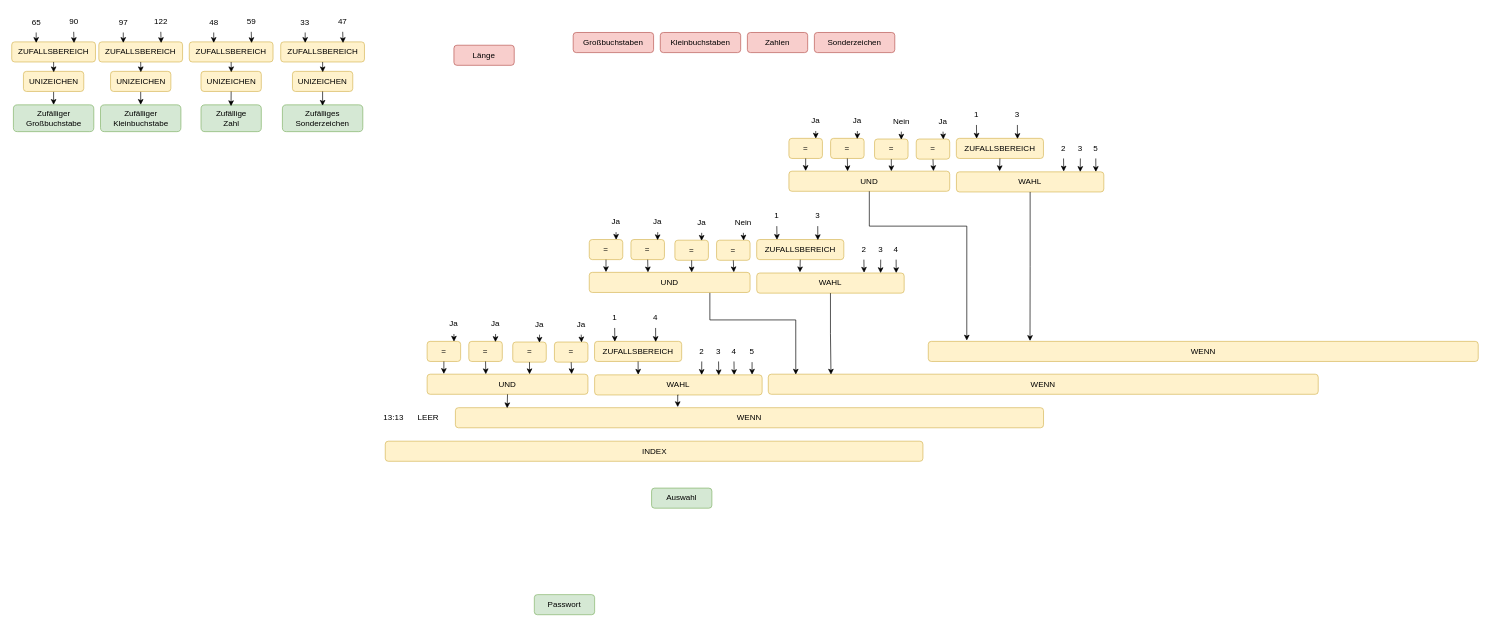
Earlier version of the draw.io diagram Passwort Generator.drawio (Nikogenia/Draw). Source tidied: cells renumbered, new cells numbered last; positions are measured from the earlier drawing's top-left corner, leaving out a move shared by most shapes. Both pictures are drawn from the tidied source at 67%, with x=0, y=0 at pixel (11, 11).
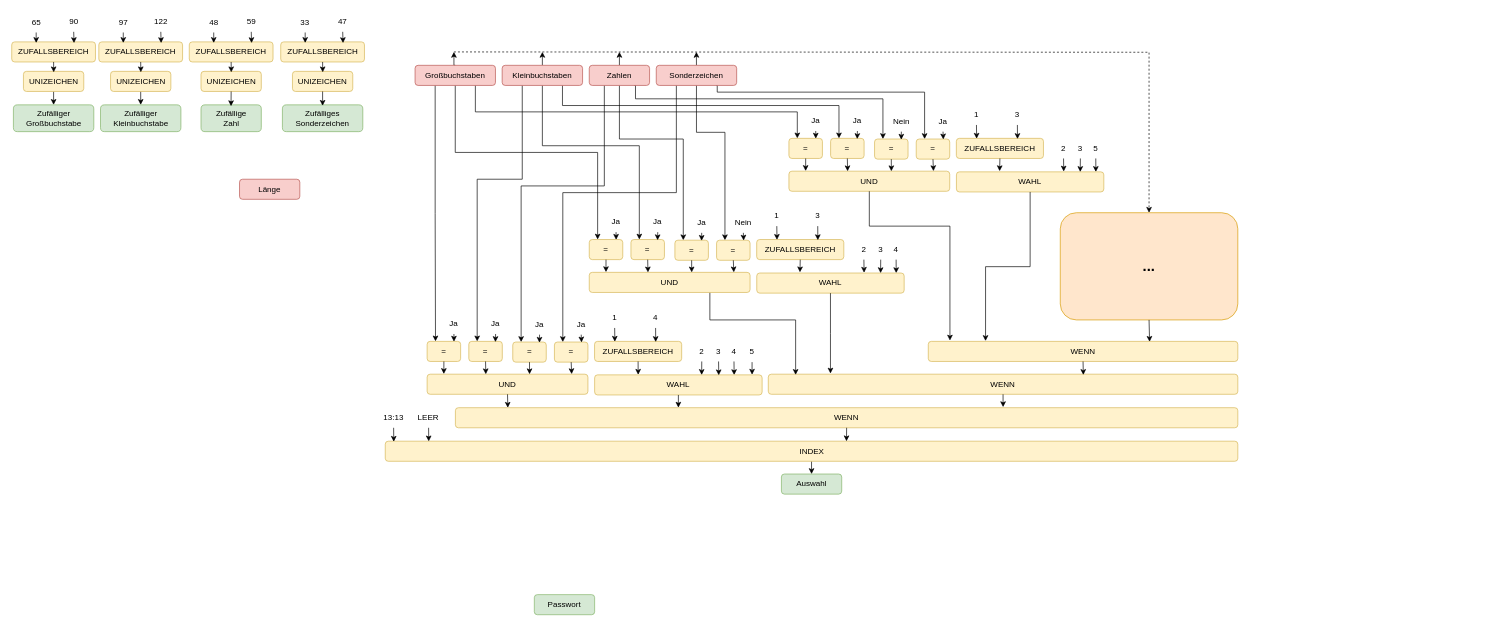
After the change.

The change refers to these unchanged cells:
```xml
<mxCell id="50" value="13:13" style="text;html=1;strokeColor=none;fillColor=none;align=center;verticalAlign=middle;whiteSpace=wrap;rounded=0;" parent="1" vertex="1">
  <mxGeometry x="540" y="591" width="60" height="30" as="geometry" />
</mxCell>
<mxCell id="51" value="LEER" style="text;html=1;strokeColor=none;fillColor=none;align=center;verticalAlign=middle;whiteSpace=wrap;rounded=0;" parent="1" vertex="1">
  <mxGeometry x="592.2" y="591" width="60" height="30" as="geometry" />
</mxCell>
<mxCell id="53" value="UND" style="rounded=1;whiteSpace=wrap;html=1;fillColor=#fff2cc;strokeColor=#d6b656;" parent="1" vertex="1">
  <mxGeometry x="620" y="541" width="240" height="30" as="geometry" />
</mxCell>
<mxCell id="54" value="WAHL" style="rounded=1;whiteSpace=wrap;html=1;fillColor=#fff2cc;strokeColor=#d6b656;" parent="1" vertex="1">
  <mxGeometry x="870" y="542" width="250" height="30" as="geometry" />
</mxCell>
<mxCell id="59" value="=" style="rounded=1;whiteSpace=wrap;html=1;fillColor=#fff2cc;strokeColor=#d6b656;" parent="1" vertex="1">
  <mxGeometry x="620" y="492" width="50" height="30" as="geometry" />
</mxCell>
<mxCell id="61" value="=" style="rounded=1;whiteSpace=wrap;html=1;fillColor=#fff2cc;strokeColor=#d6b656;" parent="1" vertex="1">
  <mxGeometry x="682.2" y="492" width="50" height="30" as="geometry" />
</mxCell>
<mxCell id="63" value="=" style="rounded=1;whiteSpace=wrap;html=1;fillColor=#fff2cc;strokeColor=#d6b656;" parent="1" vertex="1">
  <mxGeometry x="747.8" y="493" width="50" height="30" as="geometry" />
</mxCell>
<mxCell id="65" value="=" style="rounded=1;whiteSpace=wrap;html=1;fillColor=#fff2cc;strokeColor=#d6b656;" parent="1" vertex="1">
  <mxGeometry x="810" y="493" width="50" height="30" as="geometry" />
</mxCell>
<mxCell id="88" value="UND" style="rounded=1;whiteSpace=wrap;html=1;fillColor=#fff2cc;strokeColor=#d6b656;" parent="1" vertex="1">
  <mxGeometry x="862" y="389" width="240" height="30" as="geometry" />
</mxCell>
<mxCell id="89" value="WAHL" style="rounded=1;whiteSpace=wrap;html=1;fillColor=#fff2cc;strokeColor=#d6b656;" parent="1" vertex="1">
  <mxGeometry x="1112" y="390" width="220" height="30" as="geometry" />
</mxCell>
<mxCell id="94" value="=" style="rounded=1;whiteSpace=wrap;html=1;fillColor=#fff2cc;strokeColor=#d6b656;" parent="1" vertex="1">
  <mxGeometry x="862" y="340" width="50" height="30" as="geometry" />
</mxCell>
<mxCell id="96" value="=" style="rounded=1;whiteSpace=wrap;html=1;fillColor=#fff2cc;strokeColor=#d6b656;" parent="1" vertex="1">
  <mxGeometry x="924.2" y="340" width="50" height="30" as="geometry" />
</mxCell>
<mxCell id="98" value="=" style="rounded=1;whiteSpace=wrap;html=1;fillColor=#fff2cc;strokeColor=#d6b656;" parent="1" vertex="1">
  <mxGeometry x="989.8" y="341" width="50" height="30" as="geometry" />
</mxCell>
<mxCell id="100" value="=" style="rounded=1;whiteSpace=wrap;html=1;fillColor=#fff2cc;strokeColor=#d6b656;" parent="1" vertex="1">
  <mxGeometry x="1052" y="341" width="50" height="30" as="geometry" />
</mxCell>
<mxCell id="119" value="UND" style="rounded=1;whiteSpace=wrap;html=1;fillColor=#fff2cc;strokeColor=#d6b656;" parent="1" vertex="1">
  <mxGeometry x="1160" y="238" width="240" height="30" as="geometry" />
</mxCell>
<mxCell id="125" value="=" style="rounded=1;whiteSpace=wrap;html=1;fillColor=#fff2cc;strokeColor=#d6b656;" parent="1" vertex="1">
  <mxGeometry x="1160" y="189" width="50" height="30" as="geometry" />
</mxCell>
<mxCell id="127" value="=" style="rounded=1;whiteSpace=wrap;html=1;fillColor=#fff2cc;strokeColor=#d6b656;" parent="1" vertex="1">
  <mxGeometry x="1222.2" y="189" width="50" height="30" as="geometry" />
</mxCell>
<mxCell id="129" value="=" style="rounded=1;whiteSpace=wrap;html=1;fillColor=#fff2cc;strokeColor=#d6b656;" parent="1" vertex="1">
  <mxGeometry x="1287.8" y="190" width="50" height="30" as="geometry" />
</mxCell>
<mxCell id="131" value="=" style="rounded=1;whiteSpace=wrap;html=1;fillColor=#fff2cc;strokeColor=#d6b656;" parent="1" vertex="1">
  <mxGeometry x="1350" y="190" width="50" height="30" as="geometry" />
</mxCell>
```

What changed in the source:
```diff
@@
     <mxCell id="6" value="Länge" style="rounded=1;whiteSpace=wrap;html=1;fillColor=#f8cecc;strokeColor=#b85450;" parent="1" vertex="1">
-      <mxGeometry x="660" y="50" width="90" height="30" as="geometry" />
+      <mxGeometry x="340" y="250" width="90" height="30" as="geometry" />
     </mxCell>
+    <mxCell id="149" style="edgeStyle=orthogonalEdgeStyle;rounded=0;jettySize=auto;html=1;exitX=0.75;exitY=1;exitDx=0;exitDy=0;entryX=0.25;entryY=0;entryDx=0;entryDy=0;" parent="1" edge="1" source="7" target="125">
+      <mxGeometry relative="1" as="geometry" />
+    </mxCell>
+    <mxCell id="150" style="edgeStyle=orthogonalEdgeStyle;rounded=0;jettySize=auto;html=1;exitX=0.5;exitY=1;exitDx=0;exitDy=0;entryX=0.25;entryY=0;entryDx=0;entryDy=0;" parent="1" edge="1" source="7" target="94">
+      <mxGeometry relative="1" as="geometry">
+        <Array as="points">
+          <mxPoint x="662" y="210" />
+          <mxPoint x="874" y="210" />
+        </Array>
+      </mxGeometry>
+    </mxCell>
+    <mxCell id="151" style="edgeStyle=orthogonalEdgeStyle;rounded=0;jettySize=auto;html=1;exitX=0.25;exitY=1;exitDx=0;exitDy=0;entryX=0.25;entryY=0;entryDx=0;entryDy=0;" parent="1" edge="1" source="7" target="59">
+      <mxGeometry relative="1" as="geometry" />
+    </mxCell>
+    <mxCell id="152" style="edgeStyle=orthogonalEdgeStyle;rounded=0;jettySize=auto;html=1;entryX=0.5;entryY=0;entryDx=0;entryDy=0;dashed=1;" parent="1" edge="1" target="167">
+      <mxGeometry relative="1" as="geometry">
+        <mxPoint x="660" y="60" as="sourcePoint" />
+      </mxGeometry>
+    </mxCell>
+    <mxCell id="153" style="edgeStyle=orthogonalEdgeStyle;rounded=0;jettySize=auto;html=1;exitX=0.5;exitY=0;exitDx=0;exitDy=0;" parent="1" edge="1" source="7">
+      <mxGeometry relative="1" as="geometry">
+        <mxPoint x="660" y="60" as="targetPoint" />
+      </mxGeometry>
+    </mxCell>
     <mxCell id="7" value="Großbuchstaben" style="rounded=1;whiteSpace=wrap;html=1;fillColor=#f8cecc;strokeColor=#b85450;" parent="1" vertex="1">
-      <mxGeometry x="838" y="31" width="120" height="30" as="geometry" />
+      <mxGeometry x="602" y="80" width="120" height="30" as="geometry" />
     </mxCell>
+    <mxCell id="154" style="edgeStyle=orthogonalEdgeStyle;rounded=0;jettySize=auto;html=1;exitX=0.75;exitY=1;exitDx=0;exitDy=0;entryX=0.25;entryY=0;entryDx=0;entryDy=0;" parent="1" edge="1" source="8" target="127">
+      <mxGeometry relative="1" as="geometry">
+        <Array as="points">
+          <mxPoint x="822" y="140" />
+          <mxPoint x="1235" y="140" />
+        </Array>
+      </mxGeometry>
+    </mxCell>
+    <mxCell id="155" style="edgeStyle=orthogonalEdgeStyle;rounded=0;jettySize=auto;html=1;exitX=0.5;exitY=1;exitDx=0;exitDy=0;entryX=0.25;entryY=0;entryDx=0;entryDy=0;" parent="1" edge="1" source="8" target="96">
+      <mxGeometry relative="1" as="geometry">
+        <Array as="points">
+          <mxPoint x="792" y="200" />
+          <mxPoint x="937" y="200" />
+        </Array>
+      </mxGeometry>
+    </mxCell>
+    <mxCell id="156" style="edgeStyle=orthogonalEdgeStyle;rounded=0;jettySize=auto;html=1;exitX=0.25;exitY=1;exitDx=0;exitDy=0;entryX=0.25;entryY=0;entryDx=0;entryDy=0;" parent="1" edge="1" source="8" target="61">
+      <mxGeometry relative="1" as="geometry">
+        <Array as="points">
+          <mxPoint x="762" y="250" />
+          <mxPoint x="695" y="250" />
+        </Array>
+      </mxGeometry>
+    </mxCell>
+    <mxCell id="157" style="edgeStyle=orthogonalEdgeStyle;rounded=0;jettySize=auto;html=1;exitX=0.5;exitY=0;exitDx=0;exitDy=0;" parent="1" edge="1" source="8">
+      <mxGeometry relative="1" as="geometry">
+        <mxPoint x="792" y="60" as="targetPoint" />
+      </mxGeometry>
+    </mxCell>
     <mxCell id="8" value="Kleinbuchstaben" style="rounded=1;whiteSpace=wrap;html=1;fillColor=#f8cecc;strokeColor=#b85450;" parent="1" vertex="1">
-      <mxGeometry x="968" y="31" width="120" height="30" as="geometry" />
+      <mxGeometry x="732" y="80" width="120" height="30" as="geometry" />
     </mxCell>
+    <mxCell id="158" style="edgeStyle=orthogonalEdgeStyle;rounded=0;jettySize=auto;html=1;exitX=0.75;exitY=1;exitDx=0;exitDy=0;entryX=0.25;entryY=0;entryDx=0;entryDy=0;" parent="1" edge="1" source="9" target="129">
+      <mxGeometry relative="1" as="geometry">
+        <Array as="points">
+          <mxPoint x="931" y="110" />
+          <mxPoint x="931" y="130" />
+          <mxPoint x="1300" y="130" />
+        </Array>
+      </mxGeometry>
+    </mxCell>
+    <mxCell id="159" style="edgeStyle=orthogonalEdgeStyle;rounded=0;jettySize=auto;html=1;exitX=0.5;exitY=1;exitDx=0;exitDy=0;entryX=0.25;entryY=0;entryDx=0;entryDy=0;" parent="1" edge="1" source="9" target="98">
+      <mxGeometry relative="1" as="geometry">
+        <Array as="points">
+          <mxPoint x="907" y="190" />
+          <mxPoint x="1002" y="190" />
+        </Array>
+      </mxGeometry>
+    </mxCell>
+    <mxCell id="160" style="edgeStyle=orthogonalEdgeStyle;rounded=0;jettySize=auto;html=1;exitX=0.25;exitY=1;exitDx=0;exitDy=0;entryX=0.25;entryY=0;entryDx=0;entryDy=0;" parent="1" edge="1" source="9" target="63">
+      <mxGeometry relative="1" as="geometry">
+        <Array as="points">
+          <mxPoint x="884" y="260" />
+          <mxPoint x="760" y="260" />
+        </Array>
+      </mxGeometry>
+    </mxCell>
+    <mxCell id="161" style="edgeStyle=orthogonalEdgeStyle;rounded=0;jettySize=auto;html=1;exitX=0.5;exitY=0;exitDx=0;exitDy=0;" parent="1" edge="1" source="9">
+      <mxGeometry relative="1" as="geometry">
+        <mxPoint x="907" y="60" as="targetPoint" />
+      </mxGeometry>
+    </mxCell>
     <mxCell id="9" value="Zahlen" style="rounded=1;whiteSpace=wrap;html=1;fillColor=#f8cecc;strokeColor=#b85450;" parent="1" vertex="1">
-      <mxGeometry x="1098" y="31" width="90" height="30" as="geometry" />
+      <mxGeometry x="862" y="80" width="90" height="30" as="geometry" />
     </mxCell>
+    <mxCell id="162" style="edgeStyle=orthogonalEdgeStyle;rounded=0;jettySize=auto;html=1;exitX=0.75;exitY=1;exitDx=0;exitDy=0;entryX=0.25;entryY=0;entryDx=0;entryDy=0;" parent="1" edge="1" source="10" target="131">
+      <mxGeometry relative="1" as="geometry">
+        <Array as="points">
+          <mxPoint x="1053" y="110" />
+          <mxPoint x="1053" y="120" />
+          <mxPoint x="1362" y="120" />
+        </Array>
+      </mxGeometry>
+    </mxCell>
+    <mxCell id="163" style="edgeStyle=orthogonalEdgeStyle;rounded=0;jettySize=auto;html=1;exitX=0.5;exitY=1;exitDx=0;exitDy=0;entryX=0.25;entryY=0;entryDx=0;entryDy=0;" parent="1" edge="1" source="10" target="100">
+      <mxGeometry relative="1" as="geometry">
+        <Array as="points">
+          <mxPoint x="1022" y="180" />
+          <mxPoint x="1064" y="180" />
+        </Array>
+      </mxGeometry>
+    </mxCell>
+    <mxCell id="164" style="edgeStyle=orthogonalEdgeStyle;rounded=0;jettySize=auto;html=1;exitX=0.25;exitY=1;exitDx=0;exitDy=0;entryX=0.25;entryY=0;entryDx=0;entryDy=0;" parent="1" edge="1" source="10" target="65">
+      <mxGeometry relative="1" as="geometry">
+        <Array as="points">
+          <mxPoint x="992" y="270" />
+          <mxPoint x="822" y="270" />
+        </Array>
+      </mxGeometry>
+    </mxCell>
+    <mxCell id="165" style="edgeStyle=orthogonalEdgeStyle;rounded=0;jettySize=auto;html=1;exitX=0.5;exitY=0;exitDx=0;exitDy=0;" parent="1" edge="1" source="10">
+      <mxGeometry relative="1" as="geometry">
+        <mxPoint x="1021.9" y="60" as="targetPoint" />
+      </mxGeometry>
+    </mxCell>
     <mxCell id="10" value="Sonderzeichen" style="rounded=1;whiteSpace=wrap;html=1;fillColor=#f8cecc;strokeColor=#b85450;" parent="1" vertex="1">
-      <mxGeometry x="1198" y="31" width="120" height="30" as="geometry" />
+      <mxGeometry x="962" y="80" width="120" height="30" as="geometry" />
     </mxCell>
@@
     <mxCell id="12" value="Auswahl" style="rounded=1;whiteSpace=wrap;html=1;fillColor=#d5e8d4;strokeColor=#82b366;" parent="1" vertex="1">
-      <mxGeometry x="955" y="711" width="90" height="30" as="geometry" />
+      <mxGeometry x="1148.8" y="690" width="90" height="30" as="geometry" />
     </mxCell>
@@
+    <mxCell id="166" style="edgeStyle=orthogonalEdgeStyle;rounded=0;jettySize=auto;html=1;exitX=0.5;exitY=1;exitDx=0;exitDy=0;entryX=0.5;entryY=0;entryDx=0;entryDy=0;" parent="1" edge="1" source="49" target="12">
+      <mxGeometry relative="1" as="geometry" />
+    </mxCell>
     <mxCell id="49" value="INDEX" style="rounded=1;whiteSpace=wrap;html=1;fillColor=#fff2cc;strokeColor=#d6b656;" parent="1" vertex="1">
-      <mxGeometry x="557.5" y="641" width="802.5" height="30" as="geometry" />
+      <mxGeometry x="557.5" y="641" width="1272.5" height="30" as="geometry" />
     </mxCell>
@@
     <mxCell id="52" value="WENN" style="rounded=1;whiteSpace=wrap;html=1;fillColor=#fff2cc;strokeColor=#d6b656;" parent="1" vertex="1">
-      <mxGeometry x="662.2" y="591" width="877.8" height="30" as="geometry" />
+      <mxGeometry x="662.2" y="591" width="1167.8" height="30" as="geometry" />
     </mxCell>
@@
-    <mxCell id="67" style="edgeStyle=orthogonalEdgeStyle;rounded=0;jettySize=auto;html=1;exitX=0.5;exitY=1;exitDx=0;exitDy=0;entryX=0.088;entryY=0.026;entryDx=0;entryDy=0;entryPerimeter=0;" parent="1" edge="1" source="53" target="52">
-      <mxGeometry relative="1" as="geometry" />
-    </mxCell>
-    <mxCell id="68" style="edgeStyle=orthogonalEdgeStyle;rounded=0;jettySize=auto;html=1;exitX=0.5;exitY=1;exitDx=0;exitDy=0;entryX=0.378;entryY=-0.03;entryDx=0;entryDy=0;entryPerimeter=0;" parent="1" edge="1" source="54" target="52">
-      <mxGeometry relative="1" as="geometry" />
-    </mxCell>
@@
     <mxCell id="86" value="WENN" style="rounded=1;whiteSpace=wrap;html=1;fillColor=#fff2cc;strokeColor=#d6b656;" parent="1" vertex="1">
-      <mxGeometry x="1129.2" y="541" width="820.8" height="30" as="geometry" />
+      <mxGeometry x="1129.2" y="541" width="700.8" height="30" as="geometry" />
     </mxCell>
-    <mxCell id="87" style="edgeStyle=orthogonalEdgeStyle;rounded=0;jettySize=auto;html=1;exitX=0.75;exitY=1;exitDx=0;exitDy=0;entryX=0.05;entryY=0.021;entryDx=0;entryDy=0;entryPerimeter=0;" parent="1" edge="1" source="88" target="86">
+    <mxCell id="87" style="edgeStyle=orthogonalEdgeStyle;rounded=0;jettySize=auto;html=1;exitX=0.75;exitY=1;exitDx=0;exitDy=0;" parent="1" edge="1" source="88">
       <mxGeometry relative="1" as="geometry">
+        <mxPoint x="1170" y="542" as="targetPoint" />
         <Array as="points">
           <mxPoint x="1042" y="460" />
           <mxPoint x="1170" y="460" />
         </Array>
       </mxGeometry>
     </mxCell>
@@
     <mxCell id="115" value="WENN" style="rounded=1;whiteSpace=wrap;html=1;fillColor=#fff2cc;strokeColor=#d6b656;" parent="1" vertex="1">
-      <mxGeometry x="1368" y="492" width="820.8" height="30" as="geometry" />
+      <mxGeometry x="1368" y="492" width="462" height="30" as="geometry" />
     </mxCell>
@@
-    <mxCell id="146" style="edgeStyle=orthogonalEdgeStyle;rounded=0;jettySize=auto;html=1;exitX=0.5;exitY=1;exitDx=0;exitDy=0;entryX=0.114;entryY=0.021;entryDx=0;entryDy=0;entryPerimeter=0;" parent="1" edge="1" source="89" target="86">
-      <mxGeometry relative="1" as="geometry" />
+    <mxCell id="146" style="edgeStyle=orthogonalEdgeStyle;rounded=0;jettySize=auto;html=1;exitX=0.5;exitY=1;exitDx=0;exitDy=0;" parent="1" edge="1" source="89">
+      <mxGeometry relative="1" as="geometry">
+        <mxPoint x="1222" y="540" as="targetPoint" />
+      </mxGeometry>
     </mxCell>
     <mxCell id="147" style="edgeStyle=orthogonalEdgeStyle;rounded=0;jettySize=auto;html=1;exitX=0.5;exitY=1;exitDx=0;exitDy=0;entryX=0.07;entryY=-0.041;entryDx=0;entryDy=0;entryPerimeter=0;" parent="1" edge="1" source="119" target="115">
       <mxGeometry relative="1" as="geometry">
         <Array as="points">
           <mxPoint x="1280" y="320" />
-          <mxPoint x="1426" y="320" />
+          <mxPoint x="1400" y="320" />
         </Array>
       </mxGeometry>
     </mxCell>
@@
+    <mxCell id="167" value="&lt;font style=&quot;font-size: 22px;&quot;&gt;&lt;b&gt;...&lt;/b&gt;&lt;/font&gt;" style="rounded=1;whiteSpace=wrap;html=1;fillColor=#ffe6cc;strokeColor=#d79b00;" parent="1" vertex="1">
+      <mxGeometry x="1565" y="300" width="265" height="160" as="geometry" />
+    </mxCell>
+    <mxCell id="168" style="edgeStyle=orthogonalEdgeStyle;rounded=0;jettySize=auto;html=1;exitX=0.5;exitY=1;exitDx=0;exitDy=0;entryX=0.715;entryY=0.02;entryDx=0;entryDy=0;entryPerimeter=0;" parent="1" edge="1" source="167" target="115">
+      <mxGeometry relative="1" as="geometry" />
+    </mxCell>
+    <mxCell id="67" style="edgeStyle=orthogonalEdgeStyle;rounded=0;jettySize=auto;html=1;exitX=0.5;exitY=1;exitDx=0;exitDy=0;entryX=0.067;entryY=0.002;entryDx=0;entryDy=0;entryPerimeter=0;" parent="1" edge="1" source="53" target="52">
+      <mxGeometry relative="1" as="geometry" />
+    </mxCell>
+    <mxCell id="68" style="edgeStyle=orthogonalEdgeStyle;rounded=0;jettySize=auto;html=1;exitX=0.5;exitY=1;exitDx=0;exitDy=0;entryX=0.285;entryY=-0.003;entryDx=0;entryDy=0;entryPerimeter=0;" parent="1" edge="1" source="54" target="52">
+      <mxGeometry relative="1" as="geometry" />
+    </mxCell>
+    <mxCell id="169" style="edgeStyle=orthogonalEdgeStyle;rounded=0;jettySize=auto;html=1;exitX=0.5;exitY=1;exitDx=0;exitDy=0;entryX=0.7;entryY=-0.029;entryDx=0;entryDy=0;entryPerimeter=0;" parent="1" edge="1" source="86" target="52">
+      <mxGeometry relative="1" as="geometry" />
+    </mxCell>
+    <mxCell id="170" style="edgeStyle=orthogonalEdgeStyle;rounded=0;jettySize=auto;html=1;exitX=0.5;exitY=1;exitDx=0;exitDy=0;entryX=0.671;entryY=0.035;entryDx=0;entryDy=0;entryPerimeter=0;" parent="1" edge="1" source="115" target="86">
+      <mxGeometry relative="1" as="geometry" />
+    </mxCell>
+    <mxCell id="171" style="edgeStyle=orthogonalEdgeStyle;rounded=0;jettySize=auto;html=1;exitX=0.5;exitY=1;exitDx=0;exitDy=0;entryX=0.541;entryY=0.002;entryDx=0;entryDy=0;entryPerimeter=0;" parent="1" edge="1" source="52" target="49">
+      <mxGeometry relative="1" as="geometry" />
+    </mxCell>
+    <mxCell id="172" style="edgeStyle=orthogonalEdgeStyle;rounded=0;jettySize=auto;html=1;exitX=0.5;exitY=1;exitDx=0;exitDy=0;entryX=0.01;entryY=0.027;entryDx=0;entryDy=0;entryPerimeter=0;" parent="1" edge="1" source="50" target="49">
+      <mxGeometry relative="1" as="geometry" />
+    </mxCell>
+    <mxCell id="173" style="edgeStyle=orthogonalEdgeStyle;rounded=0;jettySize=auto;html=1;exitX=0.5;exitY=1;exitDx=0;exitDy=0;entryX=0.051;entryY=0.007;entryDx=0;entryDy=0;entryPerimeter=0;" parent="1" edge="1" source="51" target="49">
+      <mxGeometry relative="1" as="geometry" />
+    </mxCell>
```
